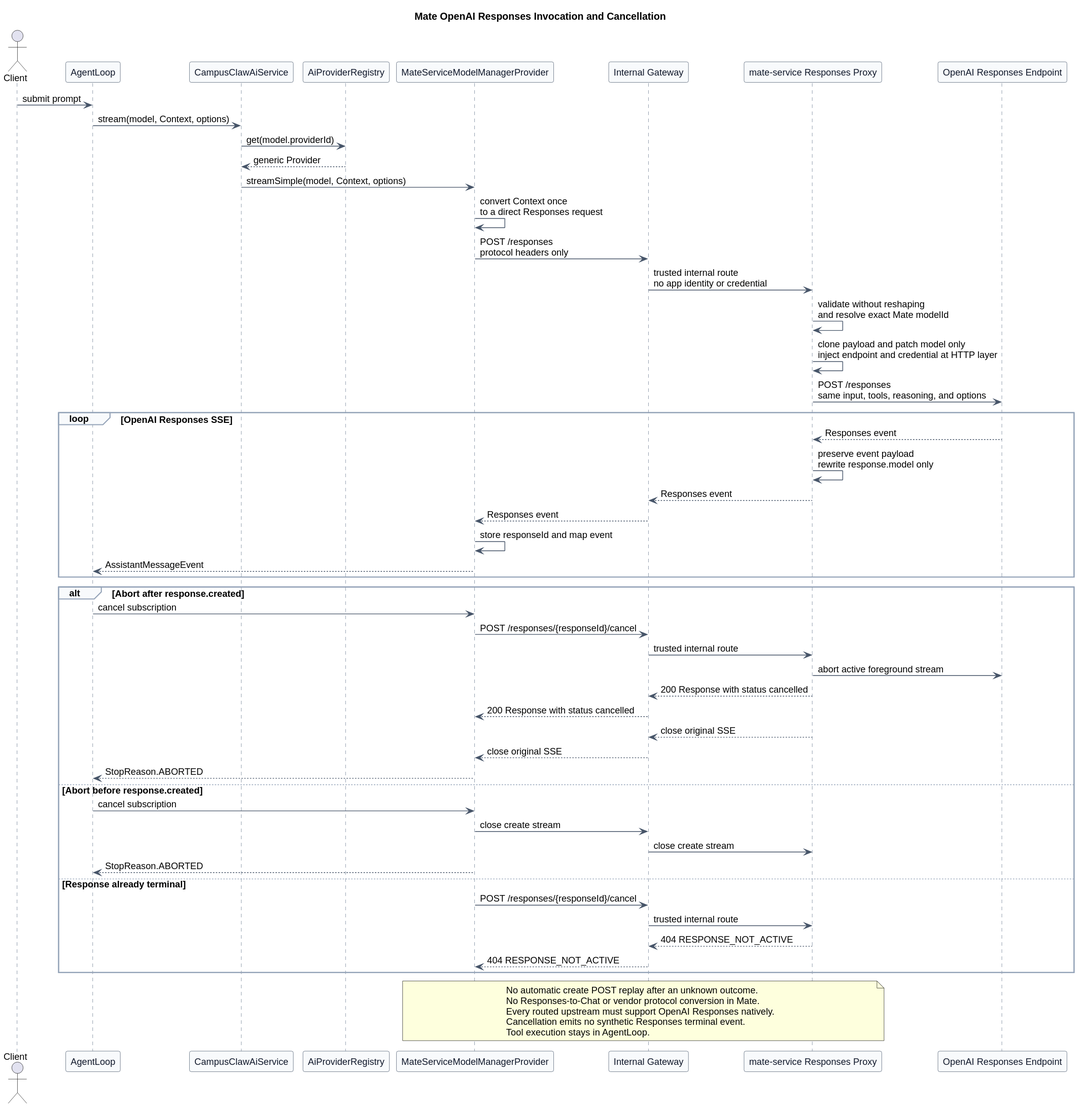
ssm0808/pi-mono-java-design keeps this PlantUML diagram as model-manager-provider-contract/model_manager_invocation_sequence.svg. Above is the earlier version.
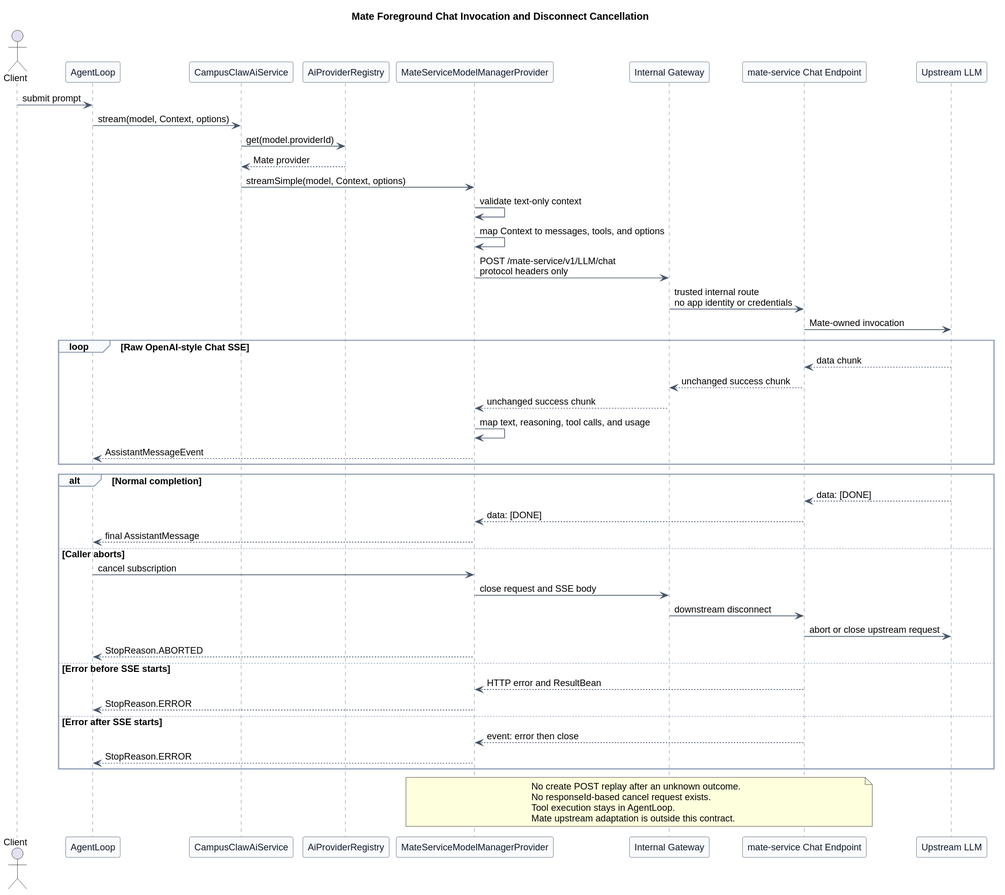
After the change.

Diff of the diagram source:
```diff
@@ -1,5 +1,5 @@
 @startuml
-title Mate OpenAI Responses Invocation and Cancellation
+title Mate Foreground Chat Invocation and Disconnect Cancellation
 
 
 skinparam backgroundColor #FFFFFF
@@ -25,57 +25,50 @@
 participant "AiProviderRegistry" as Registry
 participant "MateServiceModelManagerProvider" as Provider
 participant "Internal Gateway" as Gateway
-participant "mate-service Responses Proxy" as Manager
-participant "OpenAI Responses Endpoint" as OpenAI
+participant "mate-service Chat Endpoint" as Mate
+participant "Upstream LLM" as Upstream
 
 Client -> Loop : submit prompt
 Loop -> AiService : stream(model, Context, options)
 AiService -> Registry : get(model.providerId)
-Registry --> AiService : generic Provider
+Registry --> AiService : Mate provider
 AiService -> Provider : streamSimple(model, Context, options)
-Provider -> Provider : convert Context once\nto a direct Responses request
-Provider -> Gateway : POST /responses\nprotocol headers only
-Gateway -> Manager : trusted internal route\nno app identity or credential
-Manager -> Manager : validate without reshaping\nand resolve exact Mate modelId
-Manager -> Manager : clone payload and patch model only\ninject endpoint and credential at HTTP layer
-Manager -> OpenAI : POST /responses\nsame input, tools, reasoning, and options
+Provider -> Provider : validate text-only context
+Provider -> Provider : map Context to messages, tools, and options
+Provider -> Gateway : POST /mate-service/v1/LLM/chat\nprotocol headers only
+Gateway -> Mate : trusted internal route\nno app identity or credentials
+Mate -> Upstream : Mate-owned invocation
 
-loop OpenAI Responses SSE
-  OpenAI --> Manager : Responses event
-  Manager -> Manager : preserve event payload\nrewrite response.model only
-  Manager --> Gateway : Responses event
-  Gateway --> Provider : Responses event
-  Provider -> Provider : store responseId and map event
+loop Raw OpenAI-style Chat SSE
+  Upstream --> Mate : data chunk
+  Mate --> Gateway : unchanged success chunk
+  Gateway --> Provider : unchanged success chunk
+  Provider -> Provider : map text, reasoning, tool calls, and usage
   Provider --> Loop : AssistantMessageEvent
 end
 
-alt Abort after response.created
+alt Normal completion
+  Upstream --> Mate : data: [DONE]
+  Mate --> Provider : data: [DONE]
+  Provider --> Loop : final AssistantMessage
+else Caller aborts
   Loop -> Provider : cancel subscription
-  Provider -> Gateway : POST /responses/{responseId}/cancel
-  Gateway -> Manager : trusted internal route
-  Manager -> OpenAI : abort active foreground stream
-  Manager --> Gateway : 200 Response with status cancelled
-  Gateway --> Provider : 200 Response with status cancelled
-  Manager --> Gateway : close original SSE
-  Gateway --> Provider : close original SSE
+  Provider -> Gateway : close request and SSE body
+  Gateway -> Mate : downstream disconnect
+  Mate -> Upstream : abort or close upstream request
   Provider --> Loop : StopReason.ABORTED
-else Abort before response.created
-  Loop -> Provider : cancel subscription
-  Provider -> Gateway : close create stream
-  Gateway -> Manager : close create stream
-  Provider --> Loop : StopReason.ABORTED
-else Response already terminal
-  Provider -> Gateway : POST /responses/{responseId}/cancel
-  Gateway -> Manager : trusted internal route
-  Manager --> Gateway : 404 RESPONSE_NOT_ACTIVE
-  Gateway --> Provider : 404 RESPONSE_NOT_ACTIVE
+else Error before SSE starts
+  Mate --> Provider : HTTP error and ResultBean
+  Provider --> Loop : StopReason.ERROR
+else Error after SSE starts
+  Mate --> Provider : event: error then close
+  Provider --> Loop : StopReason.ERROR
 end
 
-note over Provider,Manager
-No automatic create POST replay after an unknown outcome.
-No Responses-to-Chat or vendor protocol conversion in Mate.
-Every routed upstream must support OpenAI Responses natively.
-Cancellation emits no synthetic Responses terminal event.
+note over Provider,Mate
+No create POST replay after an unknown outcome.
+No responseId-based cancel request exists.
 Tool execution stays in AgentLoop.
+Mate upstream adaptation is outside this contract.
 end note
 @enduml
```
